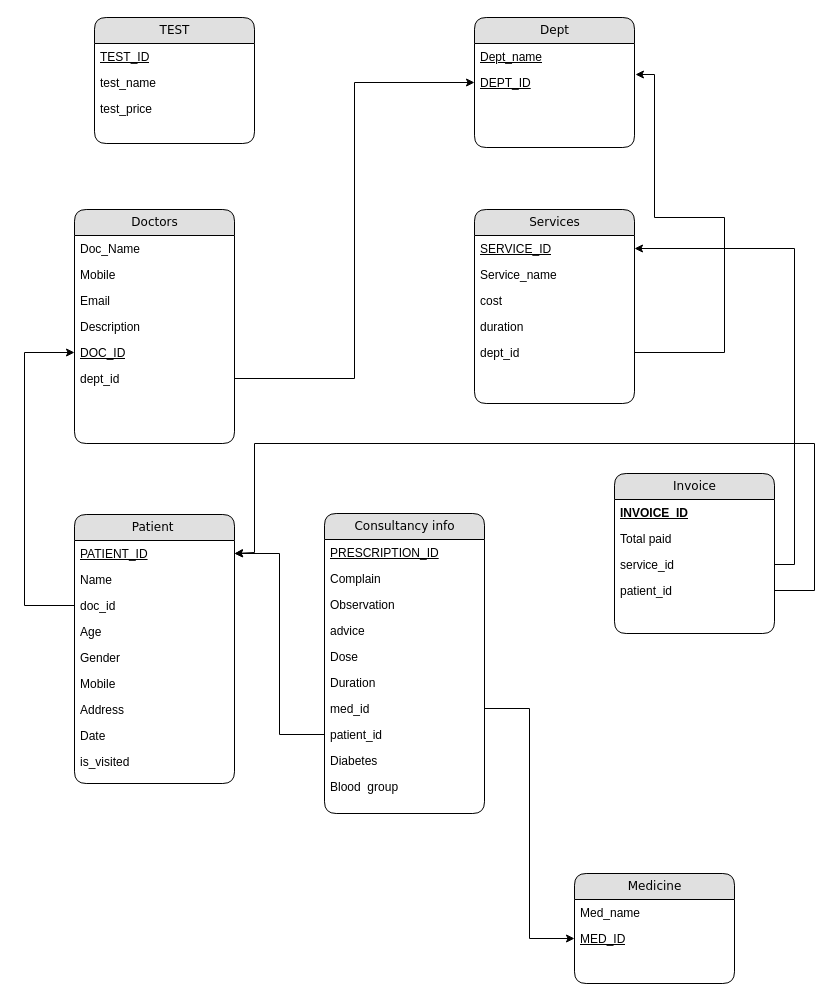
Earlier version of the draw.io diagram clinic_management.drawio (RashikRahman/clinic_management). Source tidied: cells renumbered, new cells numbered last; positions are measured from the earlier drawing's top-left corner, leaving out a move shared by most shapes. Both pictures are drawn from the tidied source at 100%, with x=0, y=0 at pixel (24, 17).
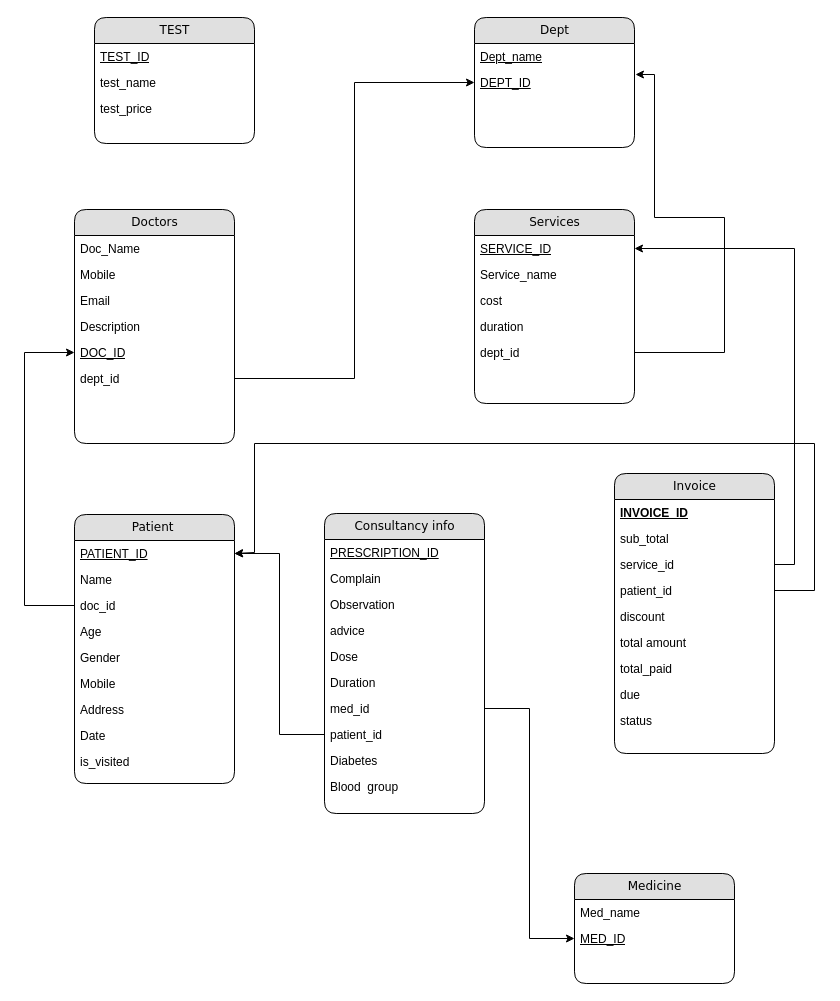
After the change.

Diff of the diagram source:
```diff
@@
     <mxCell id="35" value="Invoice" style="swimlane;html=1;fontStyle=0;horizontal=1;startSize=26;fillColor=#e0e0e0;swimlaneFillColor=#ffffff;align=center;rounded=1;shadow=0;comic=0;labelBackgroundColor=none;strokeWidth=1;fontFamily=Verdana;fontSize=12;" parent="1" vertex="1">
-      <mxGeometry x="590" y="456" width="160" height="160" as="geometry" />
+      <mxGeometry x="590" y="456" width="160" height="280" as="geometry" />
     </mxCell>
@@
-    <mxCell id="37" value="Total paid" style="text;html=1;strokeColor=none;fillColor=none;spacingLeft=4;spacingRight=4;whiteSpace=wrap;overflow=hidden;" parent="35" vertex="1">
+    <mxCell id="37" value="sub_total" style="text;html=1;strokeColor=none;fillColor=none;spacingLeft=4;spacingRight=4;whiteSpace=wrap;overflow=hidden;" parent="35" vertex="1">
       <mxGeometry y="52" width="160" height="26" as="geometry" />
     </mxCell>
@@
+    <mxCell id="58" value="discount" style="text;html=1;strokeColor=none;fillColor=none;spacingLeft=4;spacingRight=4;whiteSpace=wrap;overflow=hidden;" parent="35" vertex="1">
+      <mxGeometry y="130" width="160" height="26" as="geometry" />
+    </mxCell>
+    <mxCell id="59" value="total amount&amp;nbsp;" style="text;html=1;strokeColor=none;fillColor=none;spacingLeft=4;spacingRight=4;whiteSpace=wrap;overflow=hidden;" parent="35" vertex="1">
+      <mxGeometry y="156" width="160" height="26" as="geometry" />
+    </mxCell>
+    <mxCell id="60" value="total_paid" style="text;html=1;strokeColor=none;fillColor=none;spacingLeft=4;spacingRight=4;whiteSpace=wrap;overflow=hidden;" parent="35" vertex="1">
+      <mxGeometry y="182" width="160" height="26" as="geometry" />
+    </mxCell>
+    <mxCell id="61" value="due" style="text;html=1;strokeColor=none;fillColor=none;spacingLeft=4;spacingRight=4;whiteSpace=wrap;overflow=hidden;" parent="35" vertex="1">
+      <mxGeometry y="208" width="160" height="26" as="geometry" />
+    </mxCell>
+    <mxCell id="62" value="status&amp;nbsp;" style="text;html=1;strokeColor=none;fillColor=none;spacingLeft=4;spacingRight=4;whiteSpace=wrap;overflow=hidden;" parent="35" vertex="1">
+      <mxGeometry y="234" width="160" height="26" as="geometry" />
+    </mxCell>
```
